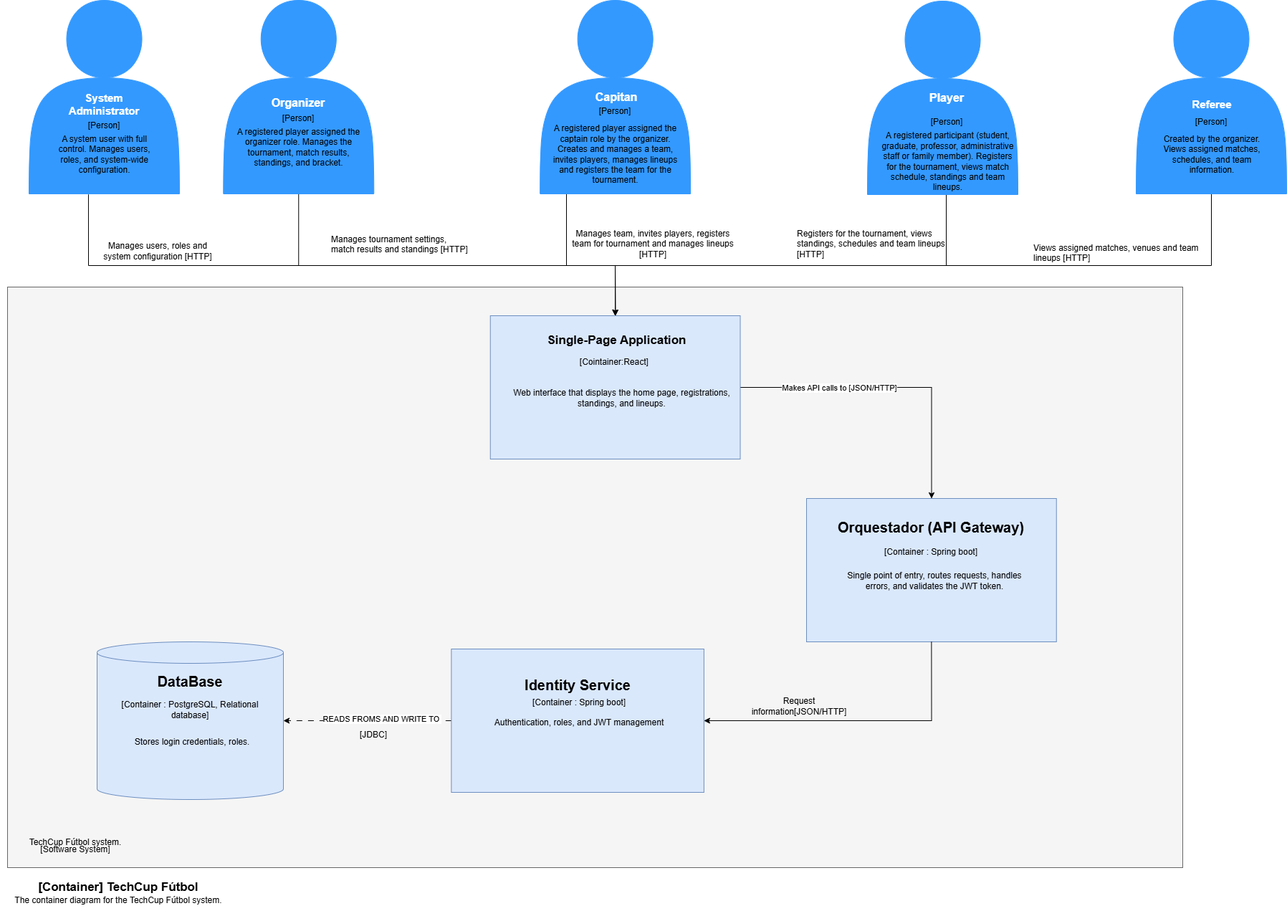
techcup-futbol-dosw/techcup-identity keeps this draw.io diagram as docs/images/Squad4-Contenedores.png. Above is the earlier version. Source tidied: cells renumbered, new cells last; positions are measured from the earlier drawing's top-left corner, leaving out a move shared by most shapes.
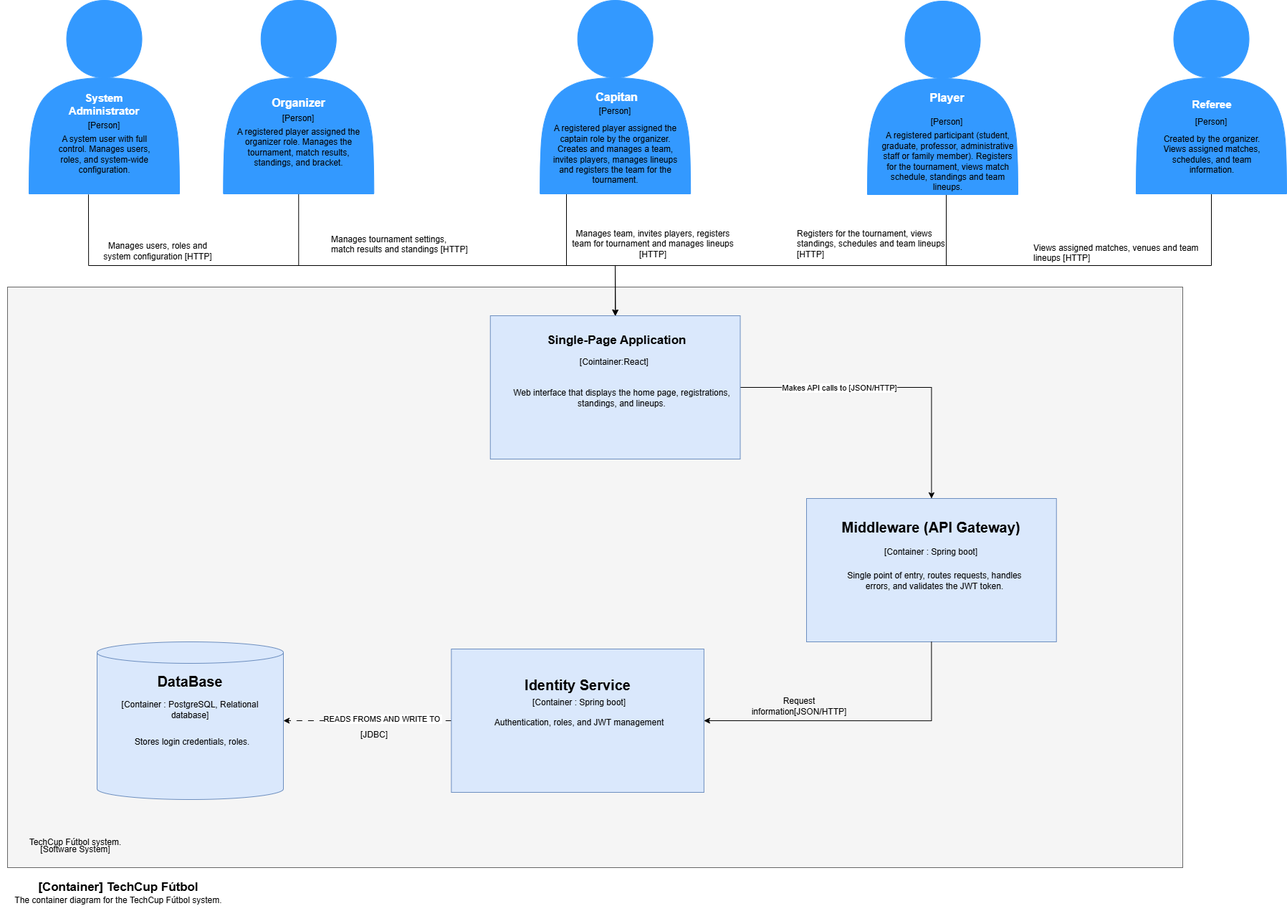
Later version of the same file.

Commit message:
feat:  Complete container diagram with corrections in the middleware

Diff of the diagram source:
```diff
@@ -111,7 +111,7 @@
     <mxCell id="30" value="[Container : Spring boot]" style="text;html=1;whiteSpace=wrap;strokeColor=none;fillColor=none;align=center;verticalAlign=middle;rounded=0;" parent="28" vertex="1" collapsed="1">
       <mxGeometry x="89.4" y="60" width="170" height="30" as="geometry" />
     </mxCell>
-    <mxCell id="31" value="&lt;font style=&quot;font-size: 20px;&quot;&gt;&lt;b&gt;Orquestador (API Gateway)&lt;/b&gt;&lt;/font&gt;" style="text;html=1;whiteSpace=wrap;strokeColor=none;fillColor=none;align=center;verticalAlign=middle;rounded=0;" parent="28" vertex="1" collapsed="1">
+    <mxCell id="31" value="&lt;font style=&quot;font-size: 20px;&quot;&gt;&lt;b&gt;Middleware (API Gateway)&lt;/b&gt;&lt;/font&gt;" style="text;html=1;whiteSpace=wrap;strokeColor=none;fillColor=none;align=center;verticalAlign=middle;rounded=0;" parent="28" vertex="1" collapsed="1">
       <mxGeometry x="24.4" y="20" width="300" height="40" as="geometry" />
     </mxCell>
     <mxCell id="32" style="edgeStyle=orthogonalEdgeStyle;rounded=0;jettySize=auto;html=1;exitX=0.5;exitY=1;exitDx=0;exitDy=0;entryX=1;entryY=0.5;entryDx=0;entryDy=0;" parent="1" edge="1" source="28" target="22">
```
